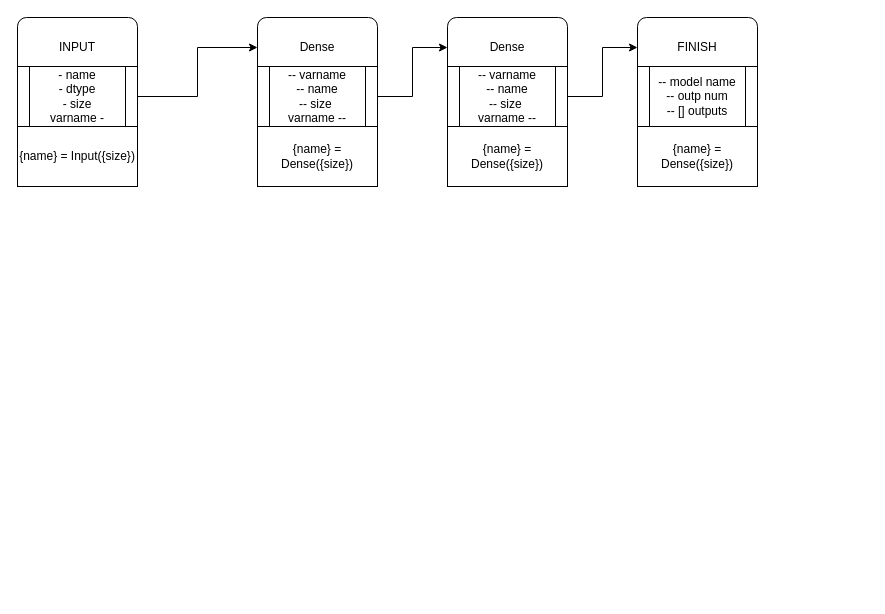
The draw.io diagram planning/Code generation alg.drawio in kivicode/NodeNet, before the edit. Source tidied: cells renumbered, new cells numbered last; positions are measured from the earlier drawing's top-left corner, leaving out a move shared by most shapes. Both pictures are drawn from the tidied source at 100%, with x=0, y=0 at pixel (17, 17).
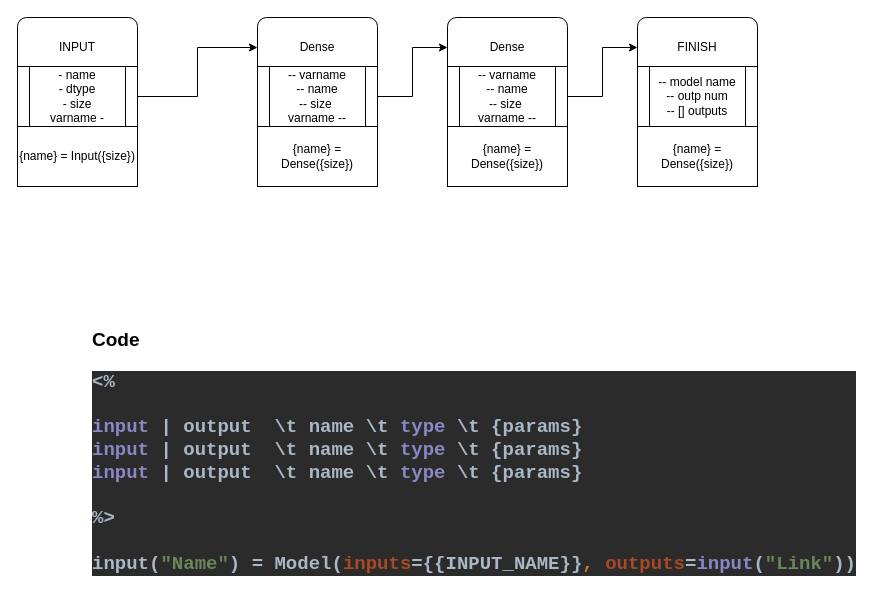
The same diagram, later.

Commit message (it also covers changes not shown here):
pin from file generation + several utils

What changed in the source:
```diff
@@
 <mxGraphModel>
   <root>
     <mxCell id="0" />
     <mxCell id="1" parent="0" />
     <mxCell id="2" value="INPUT" style="rounded=1;whiteSpace=wrap;html=1;" parent="1" vertex="1">
       <mxGeometry width="120" height="60" as="geometry" />
     </mxCell>
     <mxCell id="3" value="FINISH" style="rounded=1;whiteSpace=wrap;html=1;" parent="1" vertex="1">
       <mxGeometry x="620" width="120" height="60" as="geometry" />
     </mxCell>
     <mxCell id="4" style="edgeStyle=orthogonalEdgeStyle;rounded=0;jettySize=auto;html=1;exitX=1;exitY=0.5;exitDx=0;exitDy=0;entryX=0;entryY=0.5;entryDx=0;entryDy=0;" parent="1" edge="1" source="5" target="6">
       <mxGeometry relative="1" as="geometry" />
     </mxCell>
     <mxCell id="5" value="- name&lt;br&gt;- dtype&lt;br&gt;- size&lt;br&gt;varname -" style="shape=process;whiteSpace=wrap;html=1;backgroundOutline=1;" parent="1" vertex="1">
       <mxGeometry y="49" width="120" height="60" as="geometry" />
     </mxCell>
     <mxCell id="6" value="Dense" style="rounded=1;whiteSpace=wrap;html=1;" parent="1" vertex="1">
       <mxGeometry x="240" width="120" height="60" as="geometry" />
     </mxCell>
     <mxCell id="7" style="edgeStyle=orthogonalEdgeStyle;rounded=0;jettySize=auto;html=1;exitX=1;exitY=0.5;exitDx=0;exitDy=0;entryX=0;entryY=0.5;entryDx=0;entryDy=0;" parent="1" edge="1" source="8" target="10">
       <mxGeometry relative="1" as="geometry" />
     </mxCell>
     <mxCell id="8" value="-- varname&lt;br&gt;-- name&lt;br&gt;-- size&amp;nbsp;&lt;br&gt;varname --" style="shape=process;whiteSpace=wrap;html=1;backgroundOutline=1;" parent="1" vertex="1">
       <mxGeometry x="240" y="49" width="120" height="60" as="geometry" />
     </mxCell>
     <mxCell id="9" value="-- model name&lt;br&gt;-- outp num&lt;br&gt;-- [] outputs" style="shape=process;whiteSpace=wrap;html=1;backgroundOutline=1;" parent="1" vertex="1">
       <mxGeometry x="620" y="49" width="120" height="60" as="geometry" />
     </mxCell>
     <mxCell id="10" value="Dense" style="rounded=1;whiteSpace=wrap;html=1;" parent="1" vertex="1">
       <mxGeometry x="430" width="120" height="60" as="geometry" />
     </mxCell>
     <mxCell id="11" style="edgeStyle=orthogonalEdgeStyle;rounded=0;jettySize=auto;html=1;exitX=1;exitY=0.5;exitDx=0;exitDy=0;entryX=0;entryY=0.5;entryDx=0;entryDy=0;" parent="1" edge="1" source="12" target="3">
       <mxGeometry relative="1" as="geometry" />
     </mxCell>
     <mxCell id="12" value="-- varname&lt;br&gt;-- name&lt;br&gt;-- size&amp;nbsp;&lt;br&gt;varname --" style="shape=process;whiteSpace=wrap;html=1;backgroundOutline=1;" parent="1" vertex="1">
       <mxGeometry x="430" y="49" width="120" height="60" as="geometry" />
     </mxCell>
     <mxCell id="13" value="&lt;span style=&quot;white-space: normal&quot;&gt;{name} = Input({size})&lt;/span&gt;" style="rounded=0;whiteSpace=wrap;html=1;" parent="1" vertex="1">
       <mxGeometry y="109" width="120" height="60" as="geometry" />
     </mxCell>
     <mxCell id="14" value="&lt;span style=&quot;white-space: normal&quot;&gt;{name} = Dense({size})&lt;/span&gt;" style="rounded=0;whiteSpace=wrap;html=1;" parent="1" vertex="1">
       <mxGeometry x="240" y="109" width="120" height="60" as="geometry" />
     </mxCell>
     <mxCell id="15" value="&lt;span style=&quot;white-space: normal&quot;&gt;{name} = Dense({size})&lt;/span&gt;" style="rounded=0;whiteSpace=wrap;html=1;" parent="1" vertex="1">
       <mxGeometry x="430" y="109" width="120" height="60" as="geometry" />
     </mxCell>
     <mxCell id="16" value="&lt;span style=&quot;white-space: normal&quot;&gt;{name} = Dense({size})&lt;/span&gt;" style="rounded=0;whiteSpace=wrap;html=1;" parent="1" vertex="1">
       <mxGeometry x="620" y="109" width="120" height="60" as="geometry" />
     </mxCell>
+    <mxCell id="17" value="&lt;h1 style=&quot;font-size: 19px&quot;&gt;Code&lt;/h1&gt;&lt;pre style=&quot;background-color: #2b2b2b ; color: #a9b7c6 ; font-family: &amp;#34;jetbrains mono&amp;#34; , monospace ; font-size: 9 8pt&quot;&gt;&amp;lt;%&lt;br&gt;&lt;br&gt;&lt;span style=&quot;color: #8888c6&quot;&gt;input &lt;/span&gt;| output  \t name \t &lt;span style=&quot;color: #8888c6&quot;&gt;type &lt;/span&gt;\t {params}&lt;br&gt;&lt;span style=&quot;color: #8888c6&quot;&gt;input &lt;/span&gt;| output  \t name \t &lt;span style=&quot;color: #8888c6&quot;&gt;type &lt;/span&gt;\t {params}&lt;br&gt;&lt;span style=&quot;color: #8888c6&quot;&gt;input &lt;/span&gt;| output  \t name \t &lt;span style=&quot;color: #8888c6&quot;&gt;type &lt;/span&gt;\t {params}&lt;br&gt;&lt;br&gt;%&amp;gt;&lt;br&gt;&lt;br&gt;input(&lt;span style=&quot;color: #6a8759&quot;&gt;&quot;Name&quot;&lt;/span&gt;) = Model(&lt;span style=&quot;color: #aa4926&quot;&gt;inputs&lt;/span&gt;={{INPUT_NAME}}&lt;span style=&quot;color: #cc7832&quot;&gt;, &lt;/span&gt;&lt;span style=&quot;color: #aa4926&quot;&gt;outputs&lt;/span&gt;=&lt;span style=&quot;color: #8888c6&quot;&gt;input&lt;/span&gt;(&lt;span style=&quot;color: #6a8759&quot;&gt;&quot;Link&quot;&lt;/span&gt;))&lt;/pre&gt;" style="text;html=1;strokeColor=none;fillColor=none;spacing=5;spacingTop=-20;whiteSpace=wrap;overflow=hidden;rounded=0;fontStyle=1;fontSize=19;" parent="1" vertex="1">
+      <mxGeometry x="70" y="309" width="780" height="270" as="geometry" />
+    </mxCell>
   </root>
 </mxGraphModel>
```
